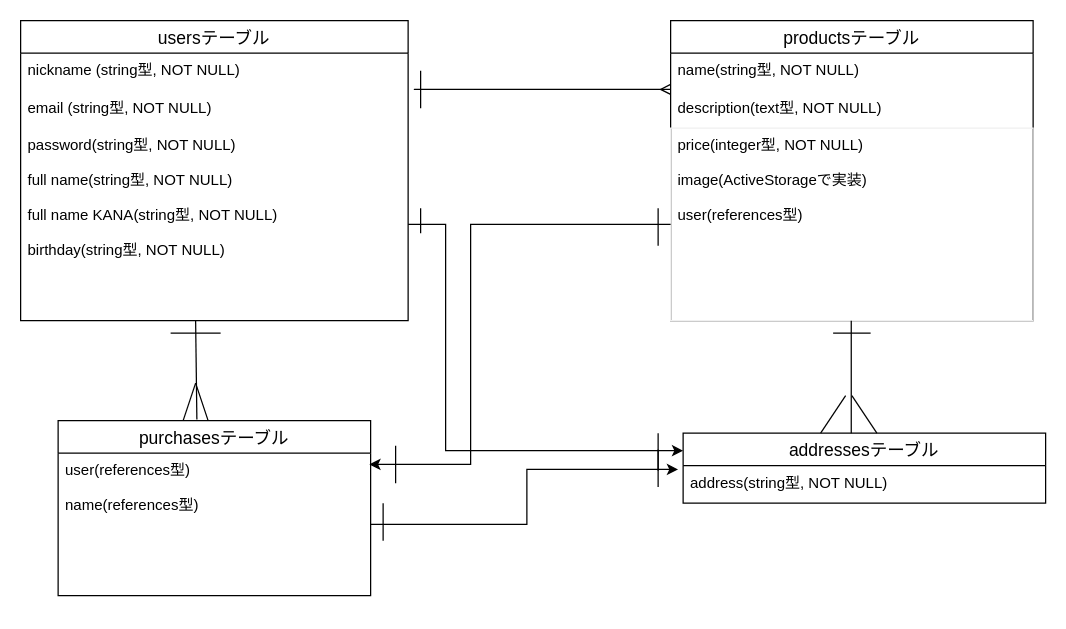
This is test.dio from akaohiroki/furima-30204, a draw.io file, before an edit. Source tidied: cells renumbered, new cells numbered last; positions are measured from the earlier drawing's top-left corner, leaving out a move shared by most shapes. Both pictures are drawn from the tidied source at 125%, with x=0, y=0 at pixel (20, 20).
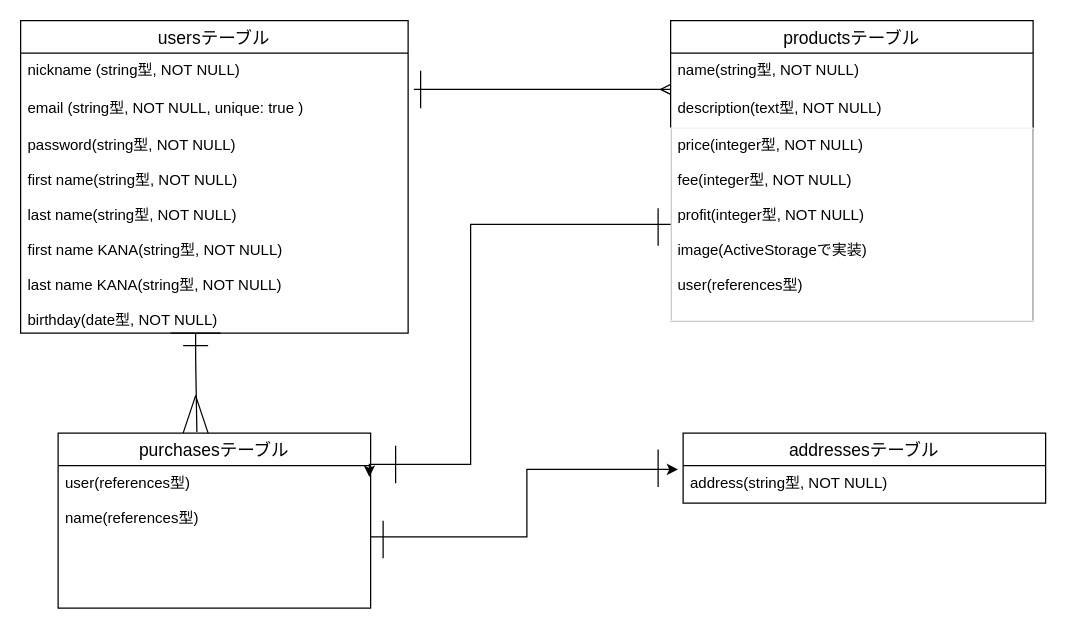
After the change.

Commit message (it also covers changes not shown here):
README, ER図の作成(修正)

The change refers to these unchanged cells:
```xml
<mxCell id="6" value="productsテーブル" style="swimlane;fontStyle=0;horizontal=1;startSize=26;align=center;fontSize=14;" parent="1" vertex="1">
  <mxGeometry x="520" width="290" height="240" as="geometry" />
</mxCell>
<mxCell id="12" value="addressesテーブル" style="swimlane;fontStyle=0;horizontal=1;startSize=26;align=center;fontSize=14;" parent="1" vertex="1">
  <mxGeometry x="530" y="330" width="290" height="56" as="geometry" />
</mxCell>
```

Diff of the diagram source:
```diff
@@
     <mxCell id="2" value="usersテーブル" style="swimlane;fontStyle=0;horizontal=1;startSize=26;align=center;fontSize=14;" parent="1" vertex="1">
-      <mxGeometry width="310" height="240" as="geometry" />
+      <mxGeometry width="310" height="250" as="geometry" />
     </mxCell>
@@
-    <mxCell id="4" value="email (string型, NOT NULL)" style="text;strokeColor=none;fillColor=none;spacingLeft=4;spacingRight=4;overflow=hidden;fontSize=12;" parent="2" vertex="1">
+    <mxCell id="4" value="email (string型, NOT NULL, unique: true )" style="text;strokeColor=none;fillColor=none;spacingLeft=4;spacingRight=4;overflow=hidden;fontSize=12;" parent="2" vertex="1">
       <mxGeometry y="56" width="310" height="30" as="geometry" />
     </mxCell>
-    <mxCell id="5" value="password(string型, NOT NULL)&#10;&#10;full name(string型, NOT NULL)&#10;&#10;full name KANA(string型, NOT NULL)&#10;&#10;birthday(string型, NOT NULL)" style="text;strokeColor=none;fillColor=none;spacingLeft=4;spacingRight=4;overflow=hidden;points=[[0,0.5],[1,0.5]];portConstraint=eastwest;fontSize=12;" parent="2" vertex="1">
-      <mxGeometry y="86" width="310" height="154" as="geometry" />
+    <mxCell id="5" value="password(string型, NOT NULL)&#10;&#10;first name(string型, NOT NULL)&#10;&#10;last name(string型, NOT NULL)&#10;&#10;first name KANA(string型, NOT NULL)&#10;&#10;last name KANA(string型, NOT NULL)&#10;&#10;birthday(date型, NOT NULL)" style="text;strokeColor=none;fillColor=none;spacingLeft=4;spacingRight=4;overflow=hidden;points=[[0,0.5],[1,0.5]];portConstraint=eastwest;fontSize=12;" parent="2" vertex="1">
+      <mxGeometry y="86" width="310" height="164" as="geometry" />
     </mxCell>
@@
-    <mxCell id="9" value="price(integer型, NOT NULL)&#10;&#10;image(ActiveStorageで実装)&#10;&#10;user(references型)&#10;" style="text;fillColor=none;spacingLeft=4;spacingRight=4;overflow=hidden;points=[[0,0.5],[1,0.5]];portConstraint=eastwest;fontSize=12;strokeColor=#f0f0f0;" parent="6" vertex="1">
+    <mxCell id="9" value="price(integer型, NOT NULL)&#10;&#10;fee(integer型, NOT NULL)&#10;&#10;profit(integer型, NOT NULL)&#10;&#10;image(ActiveStorageで実装)&#10;&#10;user(references型)&#10;" style="text;fillColor=none;spacingLeft=4;spacingRight=4;overflow=hidden;points=[[0,0.5],[1,0.5]];portConstraint=eastwest;fontSize=12;strokeColor=#f0f0f0;" parent="6" vertex="1">
       <mxGeometry y="86" width="290" height="154" as="geometry" />
     </mxCell>
     <mxCell id="10" value="purchasesテーブル" style="swimlane;fontStyle=0;horizontal=1;startSize=26;align=center;fontSize=14;" parent="1" vertex="1">
-      <mxGeometry x="30" y="320" width="250" height="140" as="geometry" />
+      <mxGeometry x="30" y="330" width="250" height="140" as="geometry" />
     </mxCell>
@@
-    <mxCell id="15" style="endArrow=none;html=1;" parent="1" edge="1">
-      <mxGeometry relative="1" as="geometry">
-        <mxPoint x="664.5" y="330" as="sourcePoint" />
-        <mxPoint x="664.5" y="240" as="targetPoint" />
-      </mxGeometry>
-    </mxCell>
-    <mxCell id="16" style="endArrow=none;html=1;" parent="1" edge="1">
-      <mxGeometry relative="1" as="geometry">
-        <mxPoint x="640" y="330" as="sourcePoint" />
-        <mxPoint x="660" y="300" as="targetPoint" />
-      </mxGeometry>
-    </mxCell>
-    <mxCell id="17" style="endArrow=none;html=1;" parent="1" edge="1">
-      <mxGeometry relative="1" as="geometry">
-        <mxPoint x="685" y="330" as="sourcePoint" />
-        <mxPoint x="665" y="300" as="targetPoint" />
-      </mxGeometry>
-    </mxCell>
@@
     <mxCell id="21" style="endArrow=none;html=1;" parent="1" edge="1">
       <mxGeometry relative="1" as="geometry">
-        <mxPoint x="290" y="416" as="sourcePoint" />
-        <mxPoint x="290" y="386" as="targetPoint" />
+        <mxPoint x="290" y="430" as="sourcePoint" />
+        <mxPoint x="290" y="400" as="targetPoint" />
       </mxGeometry>
     </mxCell>
     <mxCell id="22" style="endArrow=none;html=1;exitX=0.444;exitY=-0.007;exitDx=0;exitDy=0;exitPerimeter=0;" parent="1" edge="1" source="10">
       <mxGeometry relative="1" as="geometry">
-        <mxPoint x="140" y="240" as="targetPoint" />
+        <mxPoint x="140" y="250" as="targetPoint" />
+        <Array as="points">
+          <mxPoint x="140" y="270" />
+        </Array>
       </mxGeometry>
     </mxCell>
     <mxCell id="23" style="endArrow=none;html=1;" parent="1" edge="1">
       <mxGeometry relative="1" as="geometry">
-        <mxPoint x="130" y="320" as="sourcePoint" />
-        <mxPoint x="140" y="290" as="targetPoint" />
+        <mxPoint x="130" y="330" as="sourcePoint" />
+        <mxPoint x="140" y="300" as="targetPoint" />
       </mxGeometry>
     </mxCell>
     <mxCell id="24" style="endArrow=none;html=1;" parent="1" edge="1">
       <mxGeometry relative="1" as="geometry">
-        <mxPoint x="150" y="320" as="sourcePoint" />
-        <mxPoint x="140" y="290" as="targetPoint" />
+        <mxPoint x="150" y="330" as="sourcePoint" />
+        <mxPoint x="140" y="300" as="targetPoint" />
       </mxGeometry>
     </mxCell>
-    <mxCell id="25" style="edgeStyle=orthogonalEdgeStyle;rounded=0;jettySize=auto;html=1;exitX=1;exitY=0.5;exitDx=0;exitDy=0;entryX=0;entryY=0.25;entryDx=0;entryDy=0;" parent="1" edge="1" source="5" target="12">
-      <mxGeometry relative="1" as="geometry">
-        <Array as="points">
-          <mxPoint x="340" y="163" />
-          <mxPoint x="340" y="344" />
-        </Array>
-      </mxGeometry>
-    </mxCell>
-    <mxCell id="26" style="endArrow=none;html=1;" parent="1" edge="1">
-      <mxGeometry relative="1" as="geometry">
-        <mxPoint x="510" y="360" as="sourcePoint" />
-        <mxPoint x="510" y="330" as="targetPoint" />
-      </mxGeometry>
-    </mxCell>
-    <mxCell id="27" style="endArrow=none;html=1;" parent="1" edge="1">
-      <mxGeometry relative="1" as="geometry">
-        <mxPoint x="320" y="170" as="sourcePoint" />
-        <mxPoint x="320" y="150" as="targetPoint" />
-        <Array as="points">
-          <mxPoint x="320" y="150" />
-        </Array>
-      </mxGeometry>
-    </mxCell>
@@
-    <mxCell id="32" style="endArrow=none;html=1;" parent="1" edge="1">
-      <mxGeometry relative="1" as="geometry">
-        <mxPoint x="650" y="250" as="sourcePoint" />
-        <mxPoint x="680" y="250" as="targetPoint" />
-      </mxGeometry>
-    </mxCell>
+    <mxCell id="33" style="endArrow=none;html=1;" parent="1" edge="1">
+      <mxGeometry relative="1" as="geometry">
+        <mxPoint x="130" y="260" as="sourcePoint" />
+        <mxPoint x="150" y="260" as="targetPoint" />
+      </mxGeometry>
+    </mxCell>
```
